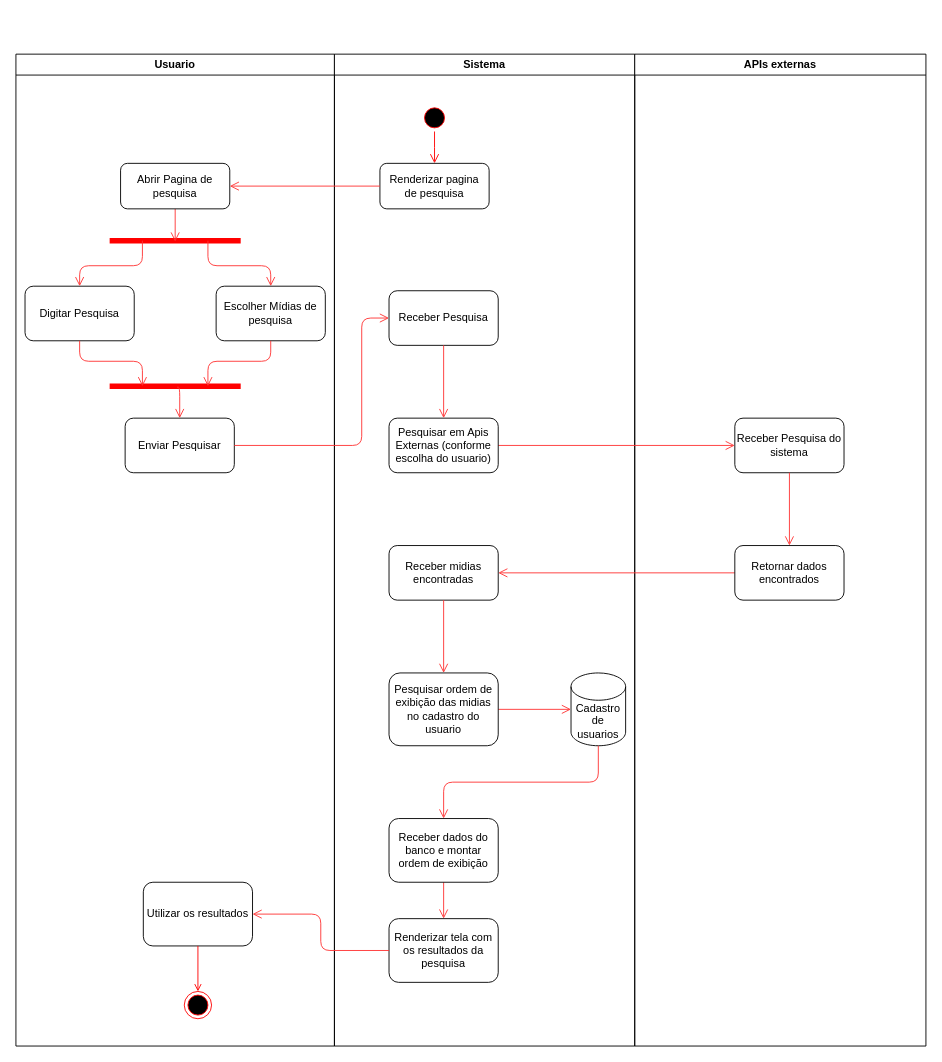
Earlier version of the draw.io diagram page "Atividades" (2 of 3) of ADO_3_Arq.drawio (MatheusSantosDev/diagramas-UML). Source tidied: cells renumbered, new cells numbered last; positions are measured from the earlier drawing's top-left corner, leaving out a move shared by most shapes. Both pictures are drawn from the tidied source at 91%, with x=0, y=0 at pixel (15, 54).
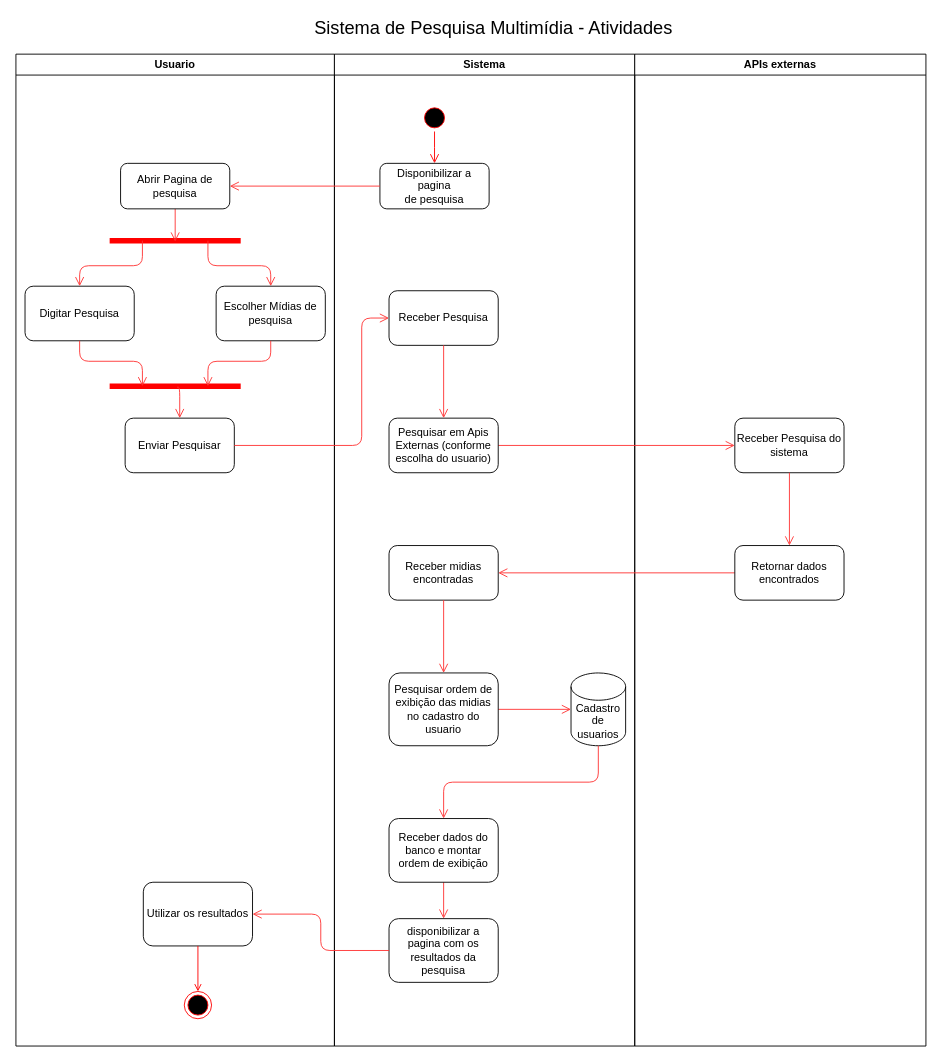
After the change.

Unchanged cells that the change refers to:
```xml
<mxCell id="14" value="Sistema" style="swimlane;whiteSpace=wrap;startSize=23;" parent="1" vertex="1">
  <mxGeometry x="350" width="330" height="1090" as="geometry" />
</mxCell>
```

What changed in the source:
```diff
@@
-    <mxCell id="17" value="Renderizar pagina&lt;br&gt;de pesquisa" style="rounded=1;whiteSpace=wrap;html=1;" parent="14" vertex="1">
+    <mxCell id="17" value="Disponibilizar a pagina&lt;br&gt;de pesquisa" style="rounded=1;whiteSpace=wrap;html=1;" parent="14" vertex="1">
       <mxGeometry x="50" y="120" width="120" height="50" as="geometry" />
     </mxCell>
@@
-    <mxCell id="21" value="Renderizar tela com os resultados da pesquisa" style="rounded=1;whiteSpace=wrap;html=1;" parent="14" vertex="1">
+    <mxCell id="21" value="disponibilizar a pagina com os resultados da pesquisa" style="rounded=1;whiteSpace=wrap;html=1;" parent="14" vertex="1">
       <mxGeometry x="60" y="950" width="120" height="70" as="geometry" />
     </mxCell>
@@
+    <mxCell id="43" value="Sistema de Pesquisa Multimídia - Atividades" style="text;html=1;strokeColor=none;fillColor=none;align=center;verticalAlign=middle;whiteSpace=wrap;rounded=0;fontSize=20;" parent="1" vertex="1">
+      <mxGeometry x="300" y="-40" width="450" height="20" as="geometry" />
+    </mxCell>
```
